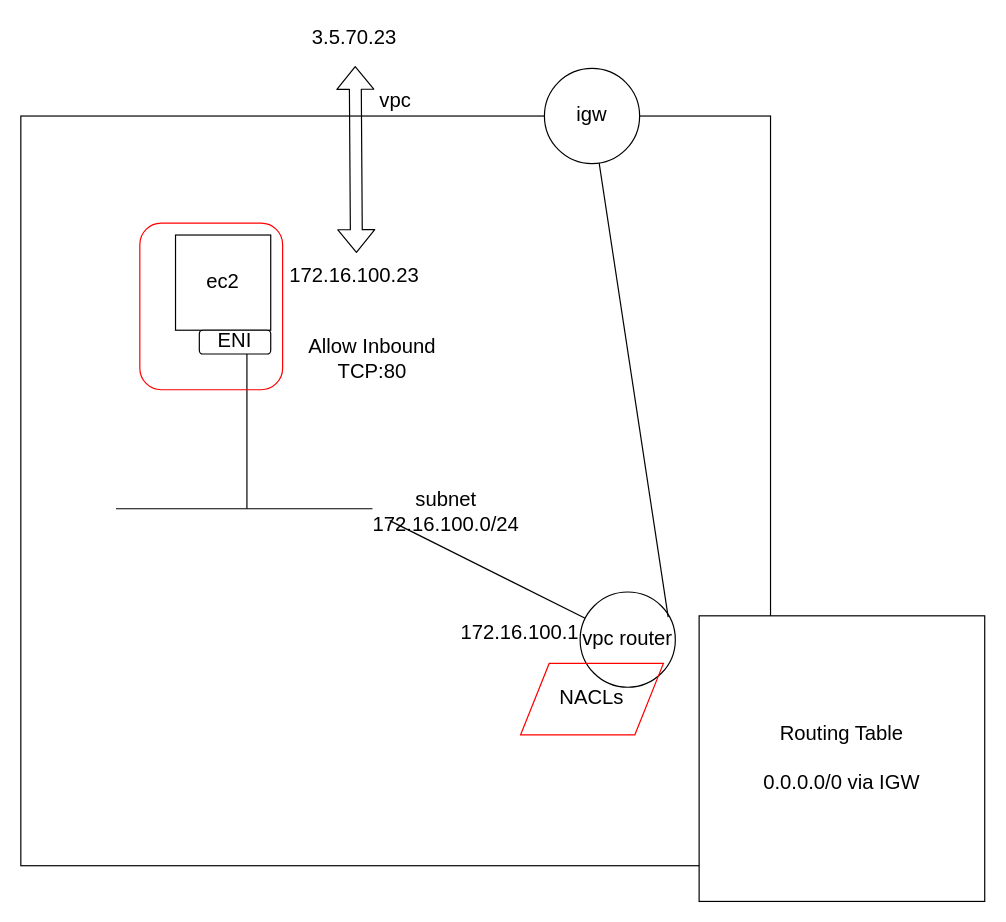
This is page "Page-5" (5 of 5) of EC2-S3.drawio from taupoali/awsdiagrams, a draw.io file, before an edit. Source tidied: cells renumbered, new cells numbered last; positions are measured from the earlier drawing's top-left corner, leaving out a move shared by most shapes. Both pictures are drawn from the tidied source at 119%, with x=0, y=0 at pixel (20, 20).
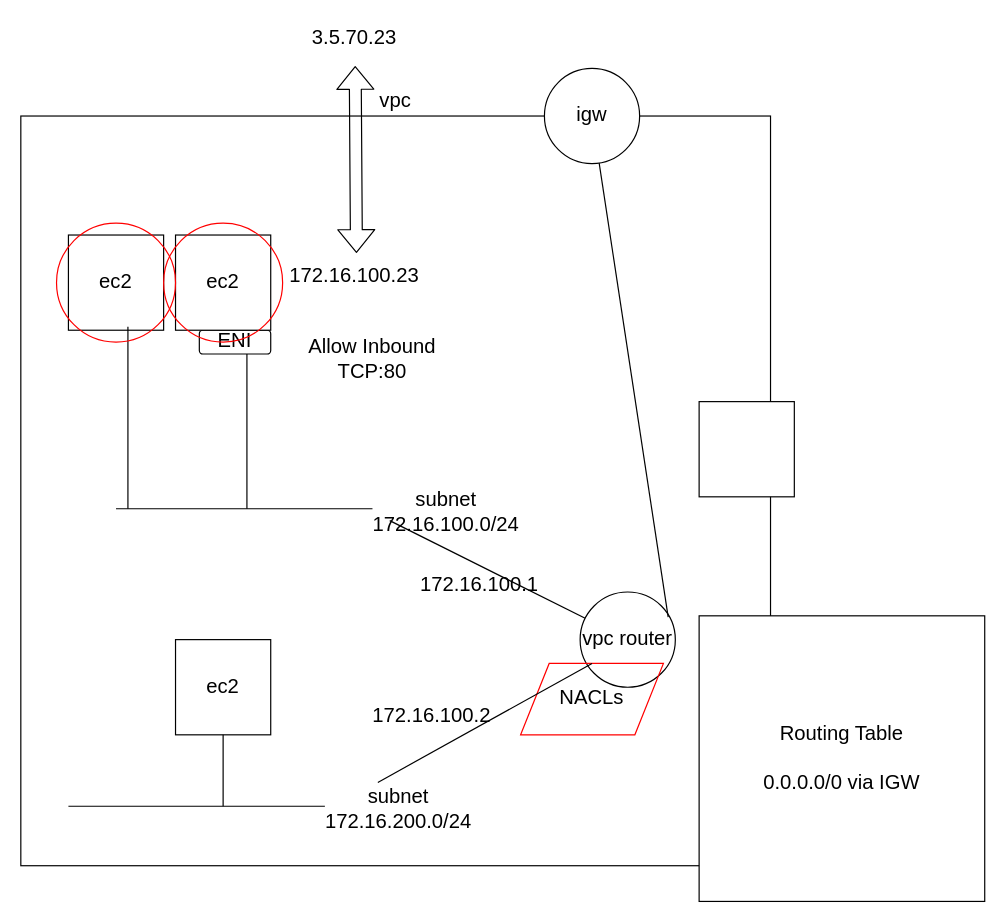
The same page after the edit.

Unchanged cells that the change refers to:
```xml
<mxCell id="19" value="NACLs" style="shape=parallelogram;perimeter=parallelogramPerimeter;whiteSpace=wrap;html=1;strokeColor=#FF0000;fillColor=none;gradientColor=#ffffff;fontSize=17;" parent="1" vertex="1">
  <mxGeometry x="420" y="540" width="120" height="60" as="geometry" />
</mxCell>
```

The edit, as a diff of the source:
```diff
@@
+    <mxCell id="20" style="whiteSpace=wrap;html=1;strokeColor=#FF0000;" parent="1" vertex="1">
+      <mxGeometry x="130" y="175" width="85" height="85" as="geometry" />
+    </mxCell>
@@
-    <mxCell id="3" value="ec2" style="whiteSpace=wrap;html=1;fontSize=17;" parent="1" vertex="1">
-      <mxGeometry x="130" y="180" width="80" height="80" as="geometry" />
-    </mxCell>
@@
     <mxCell id="11" value="172.16.100.1" style="text;html=1;align=center;verticalAlign=middle;fillColor=none;strokeColor=none;rounded=0;fontSize=17;" parent="1" vertex="1">
-      <mxGeometry x="364" y="500" width="110" height="30" as="geometry" />
+      <mxGeometry x="330" y="460" width="110" height="30" as="geometry" />
     </mxCell>
@@
-    <mxCell id="17" style="rounded=1;whiteSpace=wrap;html=1;fillColor=none;gradientColor=#ffffff;fontSize=17;strokeColor=#FF0000;" parent="1" vertex="1">
-      <mxGeometry x="100" y="170" width="120" height="140" as="geometry" />
-    </mxCell>
@@
+    <mxCell id="21" style="endArrow=none;html=1;fontSize=17;" parent="1" edge="1">
+      <mxGeometry relative="1" as="geometry">
+        <mxPoint x="40" y="660" as="sourcePoint" />
+        <mxPoint x="350" y="660" as="targetPoint" />
+      </mxGeometry>
+    </mxCell>
+    <mxCell id="22" value="subnet&lt;br&gt;172.16.200.0/24" style="edgeLabel;html=1;align=center;verticalAlign=middle;fontSize=17;" parent="21" vertex="1">
+      <mxGeometry x="0.78" y="-2" relative="1" as="geometry" />
+    </mxCell>
+    <mxCell id="23" value="ec2" style="whiteSpace=wrap;html=1;fontSize=17;" parent="1" vertex="1">
+      <mxGeometry x="130" y="520" width="80" height="80" as="geometry" />
+    </mxCell>
+    <mxCell id="24" style="endArrow=none;html=1;fontSize=17;" parent="1" edge="1" target="23">
+      <mxGeometry relative="1" as="geometry">
+        <mxPoint x="170" y="660" as="sourcePoint" />
+        <Array as="points">
+          <mxPoint x="170" y="660" />
+        </Array>
+      </mxGeometry>
+    </mxCell>
+    <mxCell id="25" style="endArrow=none;html=1;fontSize=17;exitX=0.5;exitY=0;exitDx=0;exitDy=0;" parent="1" edge="1" source="19">
+      <mxGeometry relative="1" as="geometry">
+        <mxPoint x="300" y="640" as="targetPoint" />
+      </mxGeometry>
+    </mxCell>
+    <mxCell id="26" value="172.16.100.2" style="text;html=1;align=center;verticalAlign=middle;fillColor=none;strokeColor=none;rounded=0;fontSize=17;" parent="1" vertex="1">
+      <mxGeometry x="290" y="570" width="110" height="30" as="geometry" />
+    </mxCell>
+    <mxCell id="27" value="ec2" style="whiteSpace=wrap;html=1;fontSize=17;" parent="1" vertex="1">
+      <mxGeometry x="40" y="180" width="80" height="80" as="geometry" />
+    </mxCell>
+    <mxCell id="28" style="endArrow=none;html=1;fontSize=17;entryX=0.625;entryY=0.963;entryDx=0;entryDy=0;entryPerimeter=0;" parent="1" edge="1" target="27">
+      <mxGeometry relative="1" as="geometry">
+        <mxPoint x="90" y="410" as="sourcePoint" />
+      </mxGeometry>
+    </mxCell>
+    <mxCell id="29" style="whiteSpace=wrap;html=1;" parent="1" vertex="1">
+      <mxGeometry x="570" y="320" width="80" height="80" as="geometry" />
+    </mxCell>
+    <mxCell id="3" value="ec2" style="whiteSpace=wrap;html=1;fontSize=17;" parent="1" vertex="1">
+      <mxGeometry x="130" y="180" width="80" height="80" as="geometry" />
+    </mxCell>
+    <mxCell id="30" style="ellipse;whiteSpace=wrap;html=1;strokeColor=#FF0000;fillColor=none;" parent="1" vertex="1">
+      <mxGeometry x="120" y="170" width="100" height="100" as="geometry" />
+    </mxCell>
+    <mxCell id="31" style="ellipse;whiteSpace=wrap;html=1;strokeColor=#FF0000;fillColor=none;" parent="1" vertex="1">
+      <mxGeometry x="30" y="170" width="100" height="100" as="geometry" />
+    </mxCell>
```
